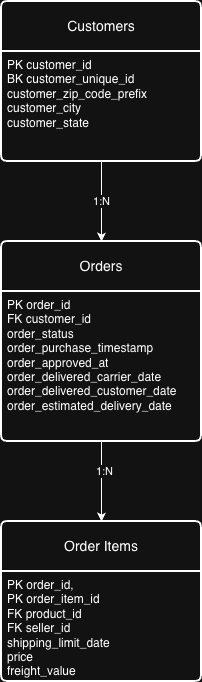
Earlier version of the draw.io export docs/diagrams/logical-erd.drawio.png (neeleshksingh/Ecommerce-Sales-Analytics). Source tidied: cells renumbered, new cells last; positions are measured from the earlier drawing's top-left corner, leaving out a move shared by most shapes. Its diagram source:
```xml
<mxGraphModel>
  <root>
    <mxCell id="0" />
    <mxCell id="1" parent="0" />
    <mxCell id="2" style="edgeStyle=orthogonalEdgeStyle;rounded=0;jettySize=auto;html=1;" parent="1" edge="1" target="x">
      <mxGeometry relative="1" as="geometry">
        <mxPoint x="10" y="40" as="sourcePoint" />
      </mxGeometry>
    </mxCell>
    <mxCell id="3" value="1:N" style="edgeLabel;html=1;align=center;verticalAlign=middle;" parent="2" vertex="1">
      <mxGeometry x="-0.12" y="1" relative="1" as="geometry" />
    </mxCell>
    <mxCell id="4" style="edgeStyle=orthogonalEdgeStyle;rounded=0;jettySize=auto;html=1;" parent="1" edge="1" target="x">
      <mxGeometry relative="1" as="geometry">
        <mxPoint x="10" y="160" as="sourcePoint" />
      </mxGeometry>
    </mxCell>
    <mxCell id="5" value="1:N" style="edgeLabel;html=1;align=center;verticalAlign=middle;" parent="4" vertex="1">
      <mxGeometry x="-0.05" y="-3" relative="1" as="geometry" />
    </mxCell>
    <mxCell id="6" value="Customers" style="swimlane;horizontal=1;startSize=50;rounded=1;fontSize=14;fontStyle=0;strokeWidth=2;shadow=0;dashed=0;align=center;arcSize=4;whiteSpace=wrap;html=1;" parent="1" vertex="1">
      <mxGeometry width="200" height="160" as="geometry" />
    </mxCell>
    <mxCell id="7" value="PK customer_id&lt;br&gt;BK customer_unique_id&lt;div&gt;customer_zip_code_prefix&amp;nbsp;&lt;/div&gt;&lt;div&gt;customer_city&lt;br&gt;customer_state&lt;/div&gt;" style="align=left;strokeColor=none;fillColor=none;spacingLeft=4;spacingRight=4;fontSize=12;verticalAlign=top;html=1;whiteSpace=wrap;" parent="6" vertex="1">
      <mxGeometry y="50" width="200" height="110" as="geometry" />
    </mxCell>
    <mxCell id="8" style="edgeStyle=orthogonalEdgeStyle;rounded=0;jettySize=auto;html=1;entryX=0.5;entryY=0;entryDx=0;entryDy=0;" parent="1" edge="1" source="10" target="12">
      <mxGeometry relative="1" as="geometry" />
    </mxCell>
    <mxCell id="9" value="1:N" style="edgeLabel;html=1;align=center;verticalAlign=middle;" parent="8" vertex="1">
      <mxGeometry x="-0.28" y="2" relative="1" as="geometry" />
    </mxCell>
    <mxCell id="10" value="Orders" style="swimlane;horizontal=1;startSize=50;rounded=1;fontSize=14;fontStyle=0;strokeWidth=2;shadow=0;dashed=0;align=center;arcSize=4;whiteSpace=wrap;html=1;" parent="1" vertex="1">
      <mxGeometry y="240" width="200" height="200" as="geometry" />
    </mxCell>
    <mxCell id="11" value="PK order_id&lt;br&gt;FK customer_id&amp;nbsp;&lt;div&gt;order_status&lt;br&gt;order_purchase_timestamp&lt;br&gt;order_approved_at&lt;/div&gt;&lt;div&gt;order_delivered_carrier_date&lt;br&gt;order_delivered_customer_date&lt;br&gt;order_estimated_delivery_date&lt;br&gt;&lt;br&gt;&lt;/div&gt;" style="align=left;strokeColor=none;fillColor=none;spacingLeft=4;spacingRight=4;fontSize=12;verticalAlign=top;html=1;whiteSpace=wrap;" parent="10" vertex="1">
      <mxGeometry y="50" width="200" height="150" as="geometry" />
    </mxCell>
    <mxCell id="12" value="Order Items" style="swimlane;horizontal=1;startSize=50;rounded=1;fontSize=14;fontStyle=0;strokeWidth=2;shadow=0;dashed=0;align=center;arcSize=4;whiteSpace=wrap;html=1;" parent="1" vertex="1">
      <mxGeometry y="520" width="200" height="160" as="geometry" />
    </mxCell>
    <mxCell id="13" value="PK order_id,&lt;div&gt;PK order_item_id&lt;/div&gt;&lt;div&gt;FK product_id&amp;nbsp;&lt;div&gt;FK seller_id&amp;nbsp;&lt;/div&gt;&lt;div&gt;shipping_limit_date&lt;br&gt;price&lt;br&gt;freight_value&lt;/div&gt;&lt;/div&gt;" style="align=left;strokeColor=none;fillColor=none;spacingLeft=4;spacingRight=4;fontSize=12;verticalAlign=top;html=1;whiteSpace=wrap;" parent="12" vertex="1">
      <mxGeometry y="50" width="200" height="110" as="geometry" />
    </mxCell>
    <mxCell id="14" value="1:N" style="edgeStyle=orthogonalEdgeStyle;rounded=0;jettySize=auto;html=1;entryX=0.5;entryY=0;entryDx=0;entryDy=0;" parent="1" edge="1" source="7" target="10">
      <mxGeometry relative="1" as="geometry" />
    </mxCell>
  </root>
</mxGraphModel>
```
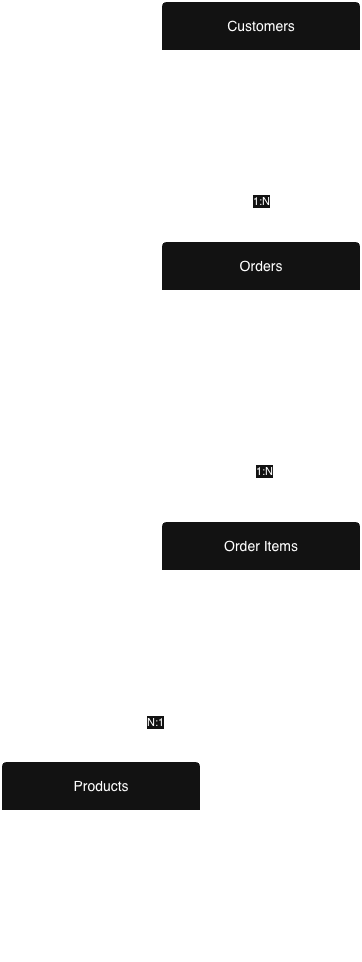
Later version of the same file.

What changed in the source:
```diff
@@ -2,7 +2,7 @@
   <root>
     <mxCell id="0" />
     <mxCell id="1" parent="0" />
-    <mxCell id="2" style="edgeStyle=orthogonalEdgeStyle;rounded=0;jettySize=auto;html=1;" parent="1" edge="1" target="x">
+    <mxCell id="2" style="edgeStyle=orthogonalEdgeStyle;rounded=0;orthogonalLoop=1;jettySize=auto;html=1;" parent="1" edge="1">
       <mxGeometry relative="1" as="geometry">
         <mxPoint x="10" y="40" as="sourcePoint" />
       </mxGeometry>
@@ -10,7 +10,7 @@
     <mxCell id="3" value="1:N" style="edgeLabel;html=1;align=center;verticalAlign=middle;" parent="2" vertex="1">
       <mxGeometry x="-0.12" y="1" relative="1" as="geometry" />
     </mxCell>
-    <mxCell id="4" style="edgeStyle=orthogonalEdgeStyle;rounded=0;jettySize=auto;html=1;" parent="1" edge="1" target="x">
+    <mxCell id="4" style="edgeStyle=orthogonalEdgeStyle;rounded=0;orthogonalLoop=1;jettySize=auto;html=1;" parent="1" edge="1">
       <mxGeometry relative="1" as="geometry">
         <mxPoint x="10" y="160" as="sourcePoint" />
       </mxGeometry>
@@ -36,6 +36,12 @@
     <mxCell id="11" value="PK order_id&lt;br&gt;FK customer_id&amp;nbsp;&lt;div&gt;order_status&lt;br&gt;order_purchase_timestamp&lt;br&gt;order_approved_at&lt;/div&gt;&lt;div&gt;order_delivered_carrier_date&lt;br&gt;order_delivered_customer_date&lt;br&gt;order_estimated_delivery_date&lt;br&gt;&lt;br&gt;&lt;/div&gt;" style="align=left;strokeColor=none;fillColor=none;spacingLeft=4;spacingRight=4;fontSize=12;verticalAlign=top;html=1;whiteSpace=wrap;" parent="10" vertex="1">
       <mxGeometry y="50" width="200" height="150" as="geometry" />
     </mxCell>
+    <mxCell id="15" style="edgeStyle=orthogonalEdgeStyle;rounded=0;jettySize=auto;html=1;exitX=0.25;exitY=1;exitDx=0;exitDy=0;entryX=0.5;entryY=0;entryDx=0;entryDy=0;" parent="1" edge="1" source="12" target="17">
+      <mxGeometry relative="1" as="geometry" />
+    </mxCell>
+    <mxCell id="16" value="N:1" style="edgeLabel;html=1;align=center;verticalAlign=middle;" parent="15" vertex="1">
+      <mxGeometry x="0.02" relative="1" as="geometry" />
+    </mxCell>
     <mxCell id="12" value="Order Items" style="swimlane;horizontal=1;startSize=50;rounded=1;fontSize=14;fontStyle=0;strokeWidth=2;shadow=0;dashed=0;align=center;arcSize=4;whiteSpace=wrap;html=1;" parent="1" vertex="1">
       <mxGeometry y="520" width="200" height="160" as="geometry" />
     </mxCell>
@@ -45,5 +51,11 @@
     <mxCell id="14" value="1:N" style="edgeStyle=orthogonalEdgeStyle;rounded=0;jettySize=auto;html=1;entryX=0.5;entryY=0;entryDx=0;entryDy=0;" parent="1" edge="1" source="7" target="10">
       <mxGeometry relative="1" as="geometry" />
     </mxCell>
+    <mxCell id="17" value="Products" style="swimlane;horizontal=1;startSize=50;rounded=1;fontSize=14;fontStyle=0;strokeWidth=2;shadow=0;dashed=0;align=center;arcSize=4;whiteSpace=wrap;html=1;" parent="1" vertex="1">
+      <mxGeometry x="-160" y="760" width="200" height="200" as="geometry" />
+    </mxCell>
+    <mxCell id="18" value="PK product_id,&lt;br&gt;FK product_category_name,&lt;div&gt;&lt;div&gt;product_name_lenght,&lt;/div&gt;&lt;div&gt;product_description_lenght,&lt;/div&gt;&lt;div&gt;product_photos_qty,&lt;/div&gt;&lt;div&gt;product_weight_g,&lt;/div&gt;&lt;div&gt;product_length_cm,&lt;/div&gt;&lt;div&gt;&lt;span style=&quot;background-color: transparent; color: light-dark(rgb(0, 0, 0), rgb(255, 255, 255));&quot;&gt;product_height_cm,&lt;/span&gt;&lt;/div&gt;&lt;div&gt;&lt;span style=&quot;background-color: transparent; color: light-dark(rgb(0, 0, 0), rgb(255, 255, 255));&quot;&gt;product_width_cm&lt;/span&gt;&lt;/div&gt;&lt;/div&gt;" style="align=left;strokeColor=none;fillColor=none;spacingLeft=4;spacingRight=4;fontSize=12;verticalAlign=top;html=1;whiteSpace=wrap;" parent="17" vertex="1">
+      <mxGeometry y="50" width="200" height="150" as="geometry" />
+    </mxCell>
   </root>
 </mxGraphModel>
```
